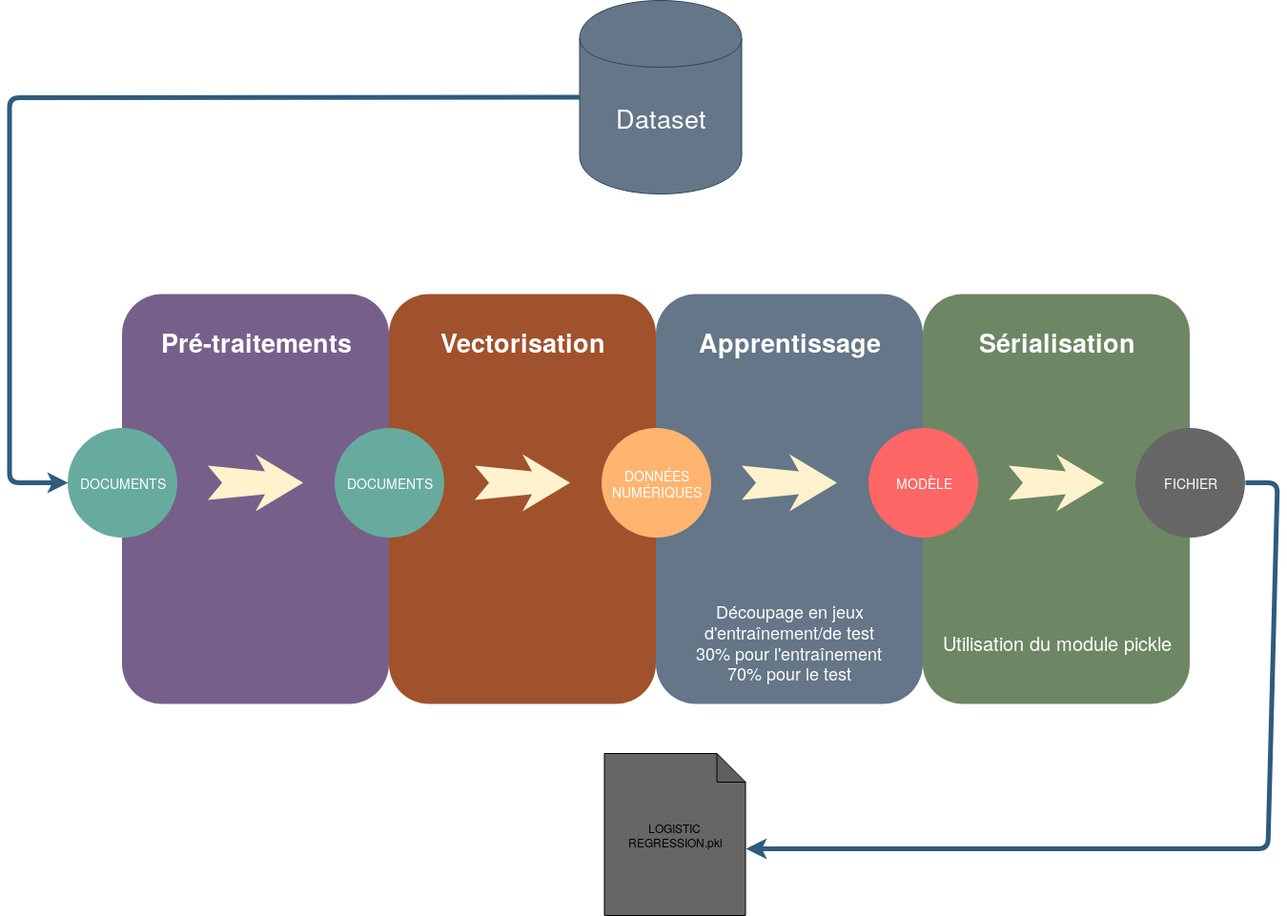
Above: Documents/Présentation/images/pipeline_logistic_regression.png in anonbnr/HMIN232M_Project (draw.io), before the change. Source tidied: cells renumbered, new cells last; positions are measured from the earlier drawing's top-left corner, leaving out a move shared by most shapes. The source it was exported from:
```xml
<mxGraphModel background="#ffffff">
  <root>
    <mxCell id="0" />
    <mxCell id="1" parent="0" />
    <mxCell id="2" style="whiteSpace=wrap;html=1;rounded=1;shadow=0;strokeWidth=8;fontSize=20;align=center;fillColor=#76608a;strokeColor=none;fontColor=#ffffff;" parent="1" vertex="1">
      <mxGeometry x="118" y="308" width="280" height="430" as="geometry" />
    </mxCell>
    <mxCell id="3" value="Pré-traitements" style="text;html=1;strokeColor=none;fillColor=none;align=center;verticalAlign=middle;whiteSpace=wrap;rounded=0;shadow=0;fontSize=27;fontColor=#FFFFFF;fontStyle=1;" parent="1" vertex="1">
      <mxGeometry x="118" y="328" width="280" height="60" as="geometry" />
    </mxCell>
    <mxCell id="4" style="line;strokeWidth=2;html=1;rounded=0;shadow=0;fontSize=27;align=center;fillColor=none;strokeColor=none;" parent="1" vertex="1">
      <mxGeometry x="138" y="388" width="240" height="10" as="geometry" />
    </mxCell>
    <mxCell id="5" style="line;strokeWidth=2;html=1;rounded=0;shadow=0;fontSize=27;align=center;fillColor=none;strokeColor=none;" parent="1" vertex="1">
      <mxGeometry x="138" y="608" width="240" height="10" as="geometry" />
    </mxCell>
    <mxCell id="6" value="DOCUMENTS" style="ellipse;whiteSpace=wrap;html=1;rounded=0;shadow=0;strokeWidth=6;fontSize=14;align=center;fillColor=#67AB9F;strokeColor=none;fontColor=#FFFFFF;" parent="1" vertex="1">
      <mxGeometry x="61" y="448" width="115" height="115" as="geometry" />
    </mxCell>
    <mxCell id="7" style="html=1;shadow=0;dashed=0;align=center;verticalAlign=middle;shape=mxgraph.arrows2.stylisedArrow;dy=0.6;dx=40;notch=15;feather=0.4;rounded=0;strokeWidth=1;fontSize=27;strokeColor=none;fillColor=#fff2cc;" parent="1" vertex="1">
      <mxGeometry x="208" y="476" width="100" height="60" as="geometry" />
    </mxCell>
    <mxCell id="8" style="whiteSpace=wrap;html=1;rounded=1;shadow=0;strokeWidth=8;fontSize=20;align=center;fillColor=#a0522d;strokeColor=none;fontColor=#ffffff;" parent="1" vertex="1">
      <mxGeometry x="398" y="308" width="280" height="430" as="geometry" />
    </mxCell>
    <mxCell id="9" value="Vectorisation" style="text;html=1;strokeColor=none;fillColor=none;align=center;verticalAlign=middle;whiteSpace=wrap;rounded=0;shadow=0;fontSize=27;fontColor=#FFFFFF;fontStyle=1;" parent="1" vertex="1">
      <mxGeometry x="398" y="328" width="280" height="60" as="geometry" />
    </mxCell>
    <mxCell id="10" style="line;strokeWidth=2;html=1;rounded=0;shadow=0;fontSize=27;align=center;fillColor=none;strokeColor=none;" parent="1" vertex="1">
      <mxGeometry x="418" y="388" width="240" height="10" as="geometry" />
    </mxCell>
    <mxCell id="11" style="line;strokeWidth=2;html=1;rounded=0;shadow=0;fontSize=27;align=center;fillColor=none;strokeColor=none;" parent="1" vertex="1">
      <mxGeometry x="418" y="608" width="240" height="10" as="geometry" />
    </mxCell>
    <mxCell id="12" value="DOCUMENTS" style="ellipse;whiteSpace=wrap;html=1;rounded=0;shadow=0;strokeWidth=6;fontSize=14;align=center;fillColor=#67AB9F;strokeColor=none;fontColor=#FFFFFF;" parent="1" vertex="1">
      <mxGeometry x="341" y="448" width="115" height="115" as="geometry" />
    </mxCell>
    <mxCell id="13" style="html=1;shadow=0;dashed=0;align=center;verticalAlign=middle;shape=mxgraph.arrows2.stylisedArrow;dy=0.6;dx=40;notch=15;feather=0.4;rounded=0;strokeWidth=1;fontSize=27;strokeColor=none;fillColor=#fff2cc;" parent="1" vertex="1">
      <mxGeometry x="488" y="476" width="100" height="60" as="geometry" />
    </mxCell>
    <mxCell id="14" style="whiteSpace=wrap;html=1;rounded=1;shadow=0;strokeWidth=8;fontSize=20;align=center;fillColor=#647687;strokeColor=none;fontColor=#ffffff;" parent="1" vertex="1">
      <mxGeometry x="678" y="308" width="280" height="430" as="geometry" />
    </mxCell>
    <mxCell id="15" value="Apprentissage" style="text;html=1;strokeColor=none;fillColor=none;align=center;verticalAlign=middle;whiteSpace=wrap;rounded=0;shadow=0;fontSize=27;fontColor=#FFFFFF;fontStyle=1;" parent="1" vertex="1">
      <mxGeometry x="678" y="328" width="280" height="60" as="geometry" />
    </mxCell>
    <mxCell id="16" value="&lt;font style=&quot;font-size: 18px&quot;&gt;Découpage en jeux d'entraînement/de test&lt;br&gt;30% pour l'entraînement&lt;br&gt;70% pour le test&lt;br&gt;&lt;/font&gt;" style="text;html=1;strokeColor=none;fillColor=none;align=center;verticalAlign=middle;whiteSpace=wrap;rounded=0;shadow=0;fontSize=14;fontColor=#FFFFFF;" parent="1" vertex="1">
      <mxGeometry x="678" y="628" width="280" height="90" as="geometry" />
    </mxCell>
    <mxCell id="17" style="line;strokeWidth=2;html=1;rounded=0;shadow=0;fontSize=27;align=center;fillColor=none;strokeColor=none;" parent="1" vertex="1">
      <mxGeometry x="698" y="388" width="240" height="10" as="geometry" />
    </mxCell>
    <mxCell id="18" style="line;strokeWidth=2;html=1;rounded=0;shadow=0;fontSize=27;align=center;fillColor=none;strokeColor=none;" parent="1" vertex="1">
      <mxGeometry x="698" y="608" width="240" height="10" as="geometry" />
    </mxCell>
    <mxCell id="19" value="DONNÉES NUMÉRIQUES" style="ellipse;whiteSpace=wrap;html=1;rounded=0;shadow=0;strokeWidth=6;fontSize=14;align=center;fillColor=#FFB570;strokeColor=none;fontColor=#FFFFFF;" parent="1" vertex="1">
      <mxGeometry x="621" y="448" width="115" height="115" as="geometry" />
    </mxCell>
    <mxCell id="20" style="html=1;shadow=0;dashed=0;align=center;verticalAlign=middle;shape=mxgraph.arrows2.stylisedArrow;dy=0.6;dx=40;notch=15;feather=0.4;rounded=0;strokeWidth=1;fontSize=27;strokeColor=none;fillColor=#fff2cc;" parent="1" vertex="1">
      <mxGeometry x="768" y="476" width="100" height="60" as="geometry" />
    </mxCell>
    <mxCell id="21" style="whiteSpace=wrap;html=1;rounded=1;shadow=0;strokeWidth=8;fontSize=20;align=center;fillColor=#6d8764;strokeColor=none;fontColor=#ffffff;" parent="1" vertex="1">
      <mxGeometry x="958" y="308" width="280" height="430" as="geometry" />
    </mxCell>
    <mxCell id="22" value="Sérialisation" style="text;html=1;strokeColor=none;fillColor=none;align=center;verticalAlign=middle;whiteSpace=wrap;rounded=0;shadow=0;fontSize=27;fontColor=#FFFFFF;fontStyle=1;" parent="1" vertex="1">
      <mxGeometry x="958" y="328" width="280" height="60" as="geometry" />
    </mxCell>
    <mxCell id="23" value="&lt;font style=&quot;font-size: 20px&quot;&gt;Utilisation du module pickle&lt;/font&gt;" style="text;html=1;strokeColor=none;fillColor=none;align=center;verticalAlign=middle;whiteSpace=wrap;rounded=0;shadow=0;fontSize=14;fontColor=#FFFFFF;" parent="1" vertex="1">
      <mxGeometry x="958" y="628" width="280" height="90" as="geometry" />
    </mxCell>
    <mxCell id="24" style="line;strokeWidth=2;html=1;rounded=0;shadow=0;fontSize=27;align=center;fillColor=none;strokeColor=none;" parent="1" vertex="1">
      <mxGeometry x="978" y="388" width="240" height="10" as="geometry" />
    </mxCell>
    <mxCell id="25" style="line;strokeWidth=2;html=1;rounded=0;shadow=0;fontSize=27;align=center;fillColor=none;strokeColor=none;" parent="1" vertex="1">
      <mxGeometry x="978" y="608" width="240" height="10" as="geometry" />
    </mxCell>
    <mxCell id="26" value="MODÈLE" style="ellipse;whiteSpace=wrap;html=1;rounded=0;shadow=0;strokeWidth=6;fontSize=14;align=center;fillColor=#FF6666;strokeColor=none;fontColor=#FFFFFF;" parent="1" vertex="1">
      <mxGeometry x="901" y="448" width="115" height="115" as="geometry" />
    </mxCell>
    <mxCell id="27" style="html=1;shadow=0;dashed=0;align=center;verticalAlign=middle;shape=mxgraph.arrows2.stylisedArrow;dy=0.6;dx=40;notch=15;feather=0.4;rounded=0;strokeWidth=1;fontSize=27;strokeColor=none;fillColor=#fff2cc;" parent="1" vertex="1">
      <mxGeometry x="1048" y="476" width="100" height="60" as="geometry" />
    </mxCell>
    <mxCell id="28" value="FICHIER" style="ellipse;whiteSpace=wrap;html=1;rounded=0;shadow=0;strokeWidth=6;fontSize=14;align=center;fillColor=#666666;strokeColor=none;fontColor=#FFFFFF;" parent="1" vertex="1">
      <mxGeometry x="1181" y="448" width="115" height="115" as="geometry" />
    </mxCell>
    <mxCell id="29" value="&lt;font style=&quot;font-size: 27px&quot;&gt;Dataset&lt;/font&gt;" style="shape=cylinder;whiteSpace=wrap;html=1;boundedLbl=1;backgroundOutline=1;fillColor=#647687;strokeColor=#314354;fontColor=#ffffff;" parent="1" vertex="1">
      <mxGeometry x="598" width="170" height="203" as="geometry" />
    </mxCell>
    <mxCell id="30" style="endArrow=classic;html=1;strokeWidth=5;entryX=0;entryY=0.5;entryDx=0;entryDy=0;strokeColor=#2F5B7C;" parent="1" edge="1" source="29" target="6">
      <mxGeometry relative="1" as="geometry">
        <Array as="points">
          <mxPoint y="102" />
          <mxPoint y="506" />
        </Array>
      </mxGeometry>
    </mxCell>
    <mxCell id="31" style="endArrow=classic;html=1;strokeWidth=5;exitX=1;exitY=0.5;exitDx=0;exitDy=0;strokeColor=#2F5B7C;entryX=0;entryY=0;entryDx=148;entryDy=100;entryPerimeter=0;" parent="1" edge="1" source="28" target="32">
      <mxGeometry relative="1" as="geometry">
        <Array as="points">
          <mxPoint x="1330" y="506" />
          <mxPoint x="1320" y="890" />
        </Array>
      </mxGeometry>
    </mxCell>
    <mxCell id="32" value="LOGISTIC&lt;br&gt;REGRESSION.pkl" style="shape=note;whiteSpace=wrap;html=1;backgroundOutline=1;darkOpacity=0.05;fillColor=#666666;gradientColor=none;" parent="1" vertex="1">
      <mxGeometry x="624" y="790" width="148" height="170" as="geometry" />
    </mxCell>
  </root>
</mxGraphModel>
```
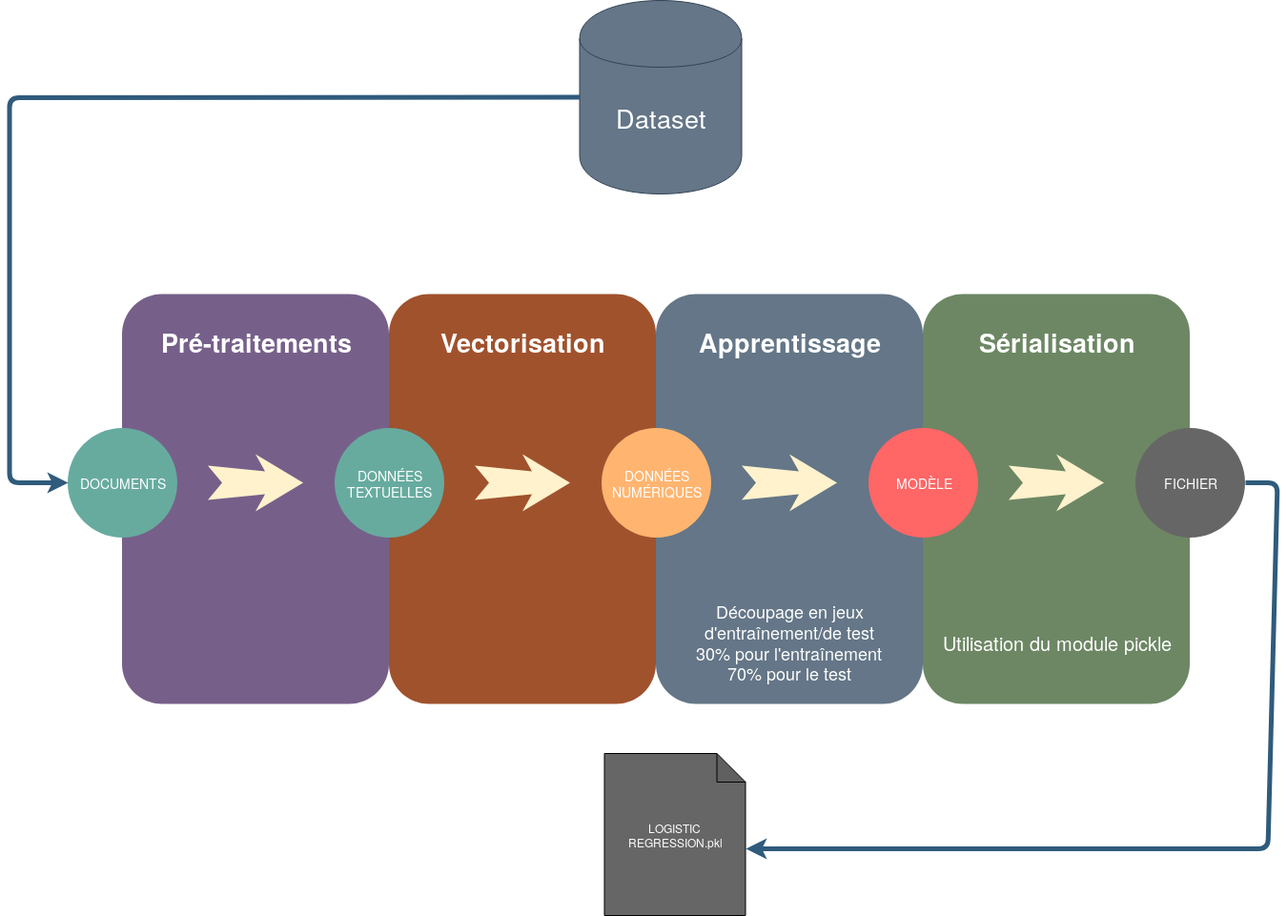
The same diagram one commit later.

Change to the diagram source:
```diff
@@ -32,7 +32,7 @@
     <mxCell id="11" style="line;strokeWidth=2;html=1;rounded=0;shadow=0;fontSize=27;align=center;fillColor=none;strokeColor=none;" parent="1" vertex="1">
       <mxGeometry x="418" y="608" width="240" height="10" as="geometry" />
     </mxCell>
-    <mxCell id="12" value="DOCUMENTS" style="ellipse;whiteSpace=wrap;html=1;rounded=0;shadow=0;strokeWidth=6;fontSize=14;align=center;fillColor=#67AB9F;strokeColor=none;fontColor=#FFFFFF;" parent="1" vertex="1">
+    <mxCell id="12" value="DONNÉES TEXTUELLES" style="ellipse;whiteSpace=wrap;html=1;rounded=0;shadow=0;strokeWidth=6;fontSize=14;align=center;fillColor=#67AB9F;strokeColor=none;fontColor=#FFFFFF;" parent="1" vertex="1">
       <mxGeometry x="341" y="448" width="115" height="115" as="geometry" />
     </mxCell>
     <mxCell id="13" style="html=1;shadow=0;dashed=0;align=center;verticalAlign=middle;shape=mxgraph.arrows2.stylisedArrow;dy=0.6;dx=40;notch=15;feather=0.4;rounded=0;strokeWidth=1;fontSize=27;strokeColor=none;fillColor=#fff2cc;" parent="1" vertex="1">
@@ -102,7 +102,7 @@
         </Array>
       </mxGeometry>
     </mxCell>
-    <mxCell id="32" value="LOGISTIC&lt;br&gt;REGRESSION.pkl" style="shape=note;whiteSpace=wrap;html=1;backgroundOutline=1;darkOpacity=0.05;fillColor=#666666;gradientColor=none;" parent="1" vertex="1">
+    <mxCell id="32" value="&lt;font color=&quot;#FFFFFF&quot;&gt;LOGISTIC&lt;br&gt;REGRESSION.pkl&lt;/font&gt;" style="shape=note;whiteSpace=wrap;html=1;backgroundOutline=1;darkOpacity=0.05;fillColor=#666666;gradientColor=none;" parent="1" vertex="1">
       <mxGeometry x="624" y="790" width="148" height="170" as="geometry" />
     </mxCell>
   </root>
```
